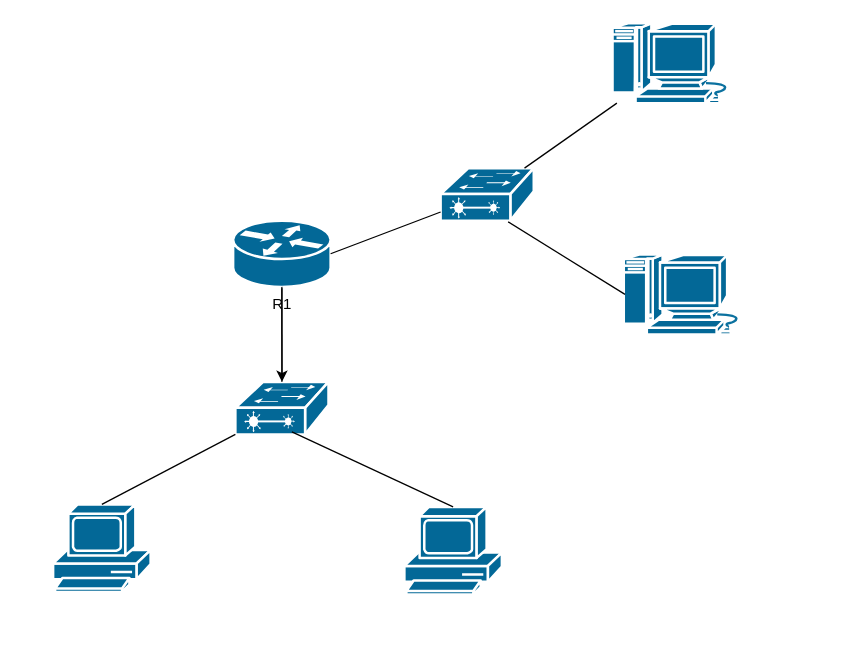
Before: 网络安全实验室（线上）.drawio in zhongyupei666/noteFile, a draw.io diagram. Source tidied: cells renumbered, new cells numbered last; positions are measured from the earlier drawing's top-left corner, leaving out a move shared by most shapes. Both pictures are drawn from the tidied source at 125%, with x=0, y=0 at pixel (52, 22).
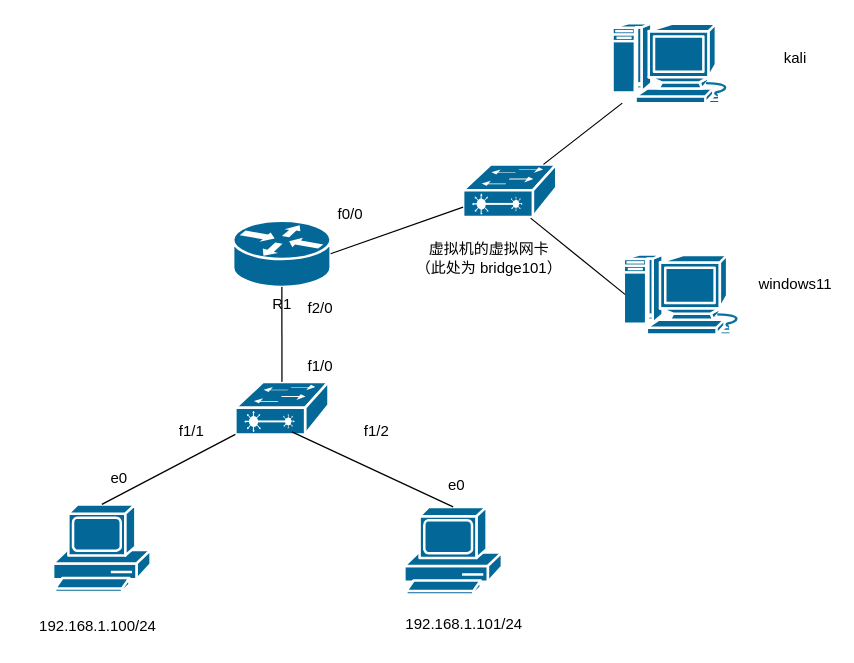
The same page after the edit.

Commit message (it also covers changes not shown here):
更新网络安全实验室（线上）.drawio

The change refers to these unchanged cells:
```xml
<mxCell id="3" value="R1" style="shape=mxgraph.cisco.routers.router;sketch=0;html=1;dashed=0;fillColor=#036897;strokeColor=#ffffff;strokeWidth=2;verticalLabelPosition=bottom;verticalAlign=top;align=center;outlineConnect=0;" parent="1" vertex="1">
  <mxGeometry x="144" y="158" width="78" height="53" as="geometry" />
</mxCell>
<mxCell id="4" style="shape=mxgraph.cisco.switches.layer_2_remote_switch;sketch=0;html=1;dashed=0;fillColor=#036897;strokeColor=#ffffff;strokeWidth=2;verticalLabelPosition=bottom;verticalAlign=top;align=center;outlineConnect=0;" parent="1" vertex="1">
  <mxGeometry x="145.8" y="287" width="74.5" height="42" as="geometry" />
</mxCell>
```

What changed in the source:
```diff
@@
-    <mxCell id="2" style="edgeStyle=orthogonalEdgeStyle;rounded=0;jettySize=auto;html=1;" parent="1" edge="1" source="3" target="4">
-      <mxGeometry relative="1" as="geometry" />
-    </mxCell>
@@
     <mxCell id="7" style="shape=mxgraph.cisco.switches.layer_2_remote_switch;sketch=0;html=1;dashed=0;fillColor=#036897;strokeColor=#ffffff;strokeWidth=2;verticalLabelPosition=bottom;verticalAlign=top;align=center;outlineConnect=0;" parent="1" vertex="1">
-      <mxGeometry x="310" y="116" width="74.5" height="42" as="geometry" />
+      <mxGeometry x="328" y="113" width="74.5" height="42" as="geometry" />
     </mxCell>
@@
+    <mxCell id="16" value="192.168.1.100/24" style="text;html=1;align=center;verticalAlign=middle;whiteSpace=wrap;rounded=0;" parent="1" vertex="1">
+      <mxGeometry x="-25" y="470" width="122" height="25" as="geometry" />
+    </mxCell>
+    <mxCell id="17" value="192.168.1.101/24" style="text;html=1;align=center;verticalAlign=middle;whiteSpace=wrap;rounded=0;" parent="1" vertex="1">
+      <mxGeometry x="268" y="468" width="122" height="25" as="geometry" />
+    </mxCell>
+    <mxCell id="18" value="e0" style="text;html=1;align=center;verticalAlign=middle;whiteSpace=wrap;rounded=0;" parent="1" vertex="1">
+      <mxGeometry x="23" y="349" width="60" height="30" as="geometry" />
+    </mxCell>
+    <mxCell id="19" value="e0" style="text;html=1;align=center;verticalAlign=middle;whiteSpace=wrap;rounded=0;" parent="1" vertex="1">
+      <mxGeometry x="293" y="355" width="60" height="30" as="geometry" />
+    </mxCell>
+    <mxCell id="20" value="f1/1" style="text;html=1;align=center;verticalAlign=middle;whiteSpace=wrap;rounded=0;" parent="1" vertex="1">
+      <mxGeometry x="81" y="312" width="60" height="30" as="geometry" />
+    </mxCell>
+    <mxCell id="21" value="f1/2" style="text;html=1;align=center;verticalAlign=middle;whiteSpace=wrap;rounded=0;" parent="1" vertex="1">
+      <mxGeometry x="229" y="312" width="60" height="30" as="geometry" />
+    </mxCell>
+    <mxCell id="22" value="f1/0" style="text;html=1;align=center;verticalAlign=middle;whiteSpace=wrap;rounded=0;" parent="1" vertex="1">
+      <mxGeometry x="184" y="260" width="60" height="30" as="geometry" />
+    </mxCell>
+    <mxCell id="23" value="f2/0" style="text;html=1;align=center;verticalAlign=middle;whiteSpace=wrap;rounded=0;" parent="1" vertex="1">
+      <mxGeometry x="184" y="213" width="60" height="30" as="geometry" />
+    </mxCell>
+    <mxCell id="24" value="f0/0" style="text;html=1;align=center;verticalAlign=middle;whiteSpace=wrap;rounded=0;" parent="1" vertex="1">
+      <mxGeometry x="208" y="138" width="60" height="30" as="geometry" />
+    </mxCell>
+    <mxCell id="25" value="虚拟机的虚拟网卡（此处为 bridge101）" style="text;html=1;align=center;verticalAlign=middle;whiteSpace=wrap;rounded=0;" parent="1" vertex="1">
+      <mxGeometry x="289" y="158" width="120" height="59" as="geometry" />
+    </mxCell>
+    <mxCell id="26" value="kali" style="text;html=1;align=center;verticalAlign=middle;whiteSpace=wrap;rounded=0;" parent="1" vertex="1">
+      <mxGeometry x="564" y="13" width="60" height="30" as="geometry" />
+    </mxCell>
+    <mxCell id="27" value="windows11" style="text;html=1;align=center;verticalAlign=middle;whiteSpace=wrap;rounded=0;" parent="1" vertex="1">
+      <mxGeometry x="564" y="194" width="60" height="30" as="geometry" />
+    </mxCell>
```
